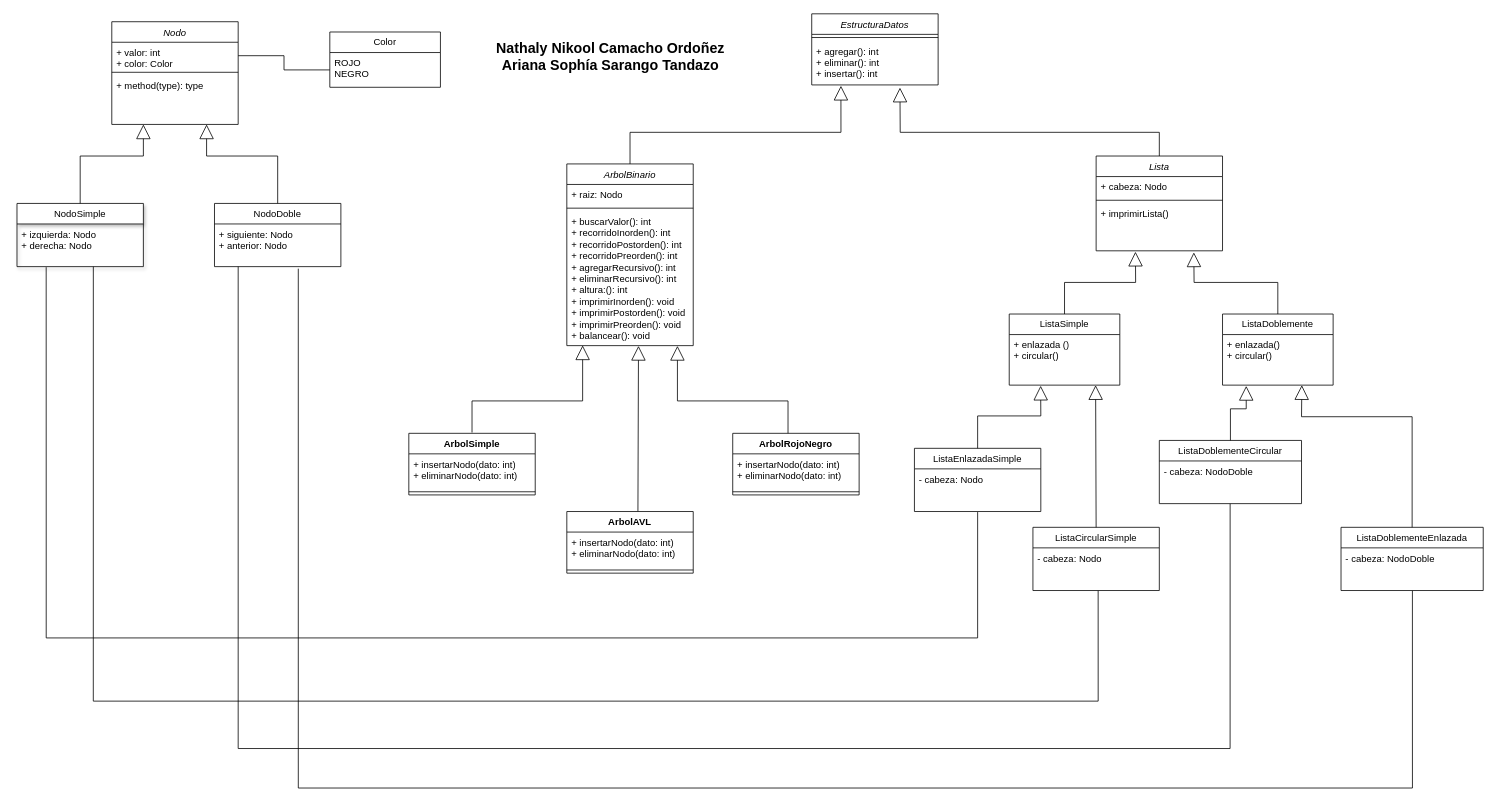
Before: ArbolBinario.drawio in ArianaSarango/ArbolBinario, a draw.io diagram. Source tidied: cells renumbered, new cells numbered last; positions are measured from the earlier drawing's top-left corner, leaving out a move shared by most shapes. Both pictures are drawn from the tidied source at 79%, with x=0, y=0 at pixel (17, 13).
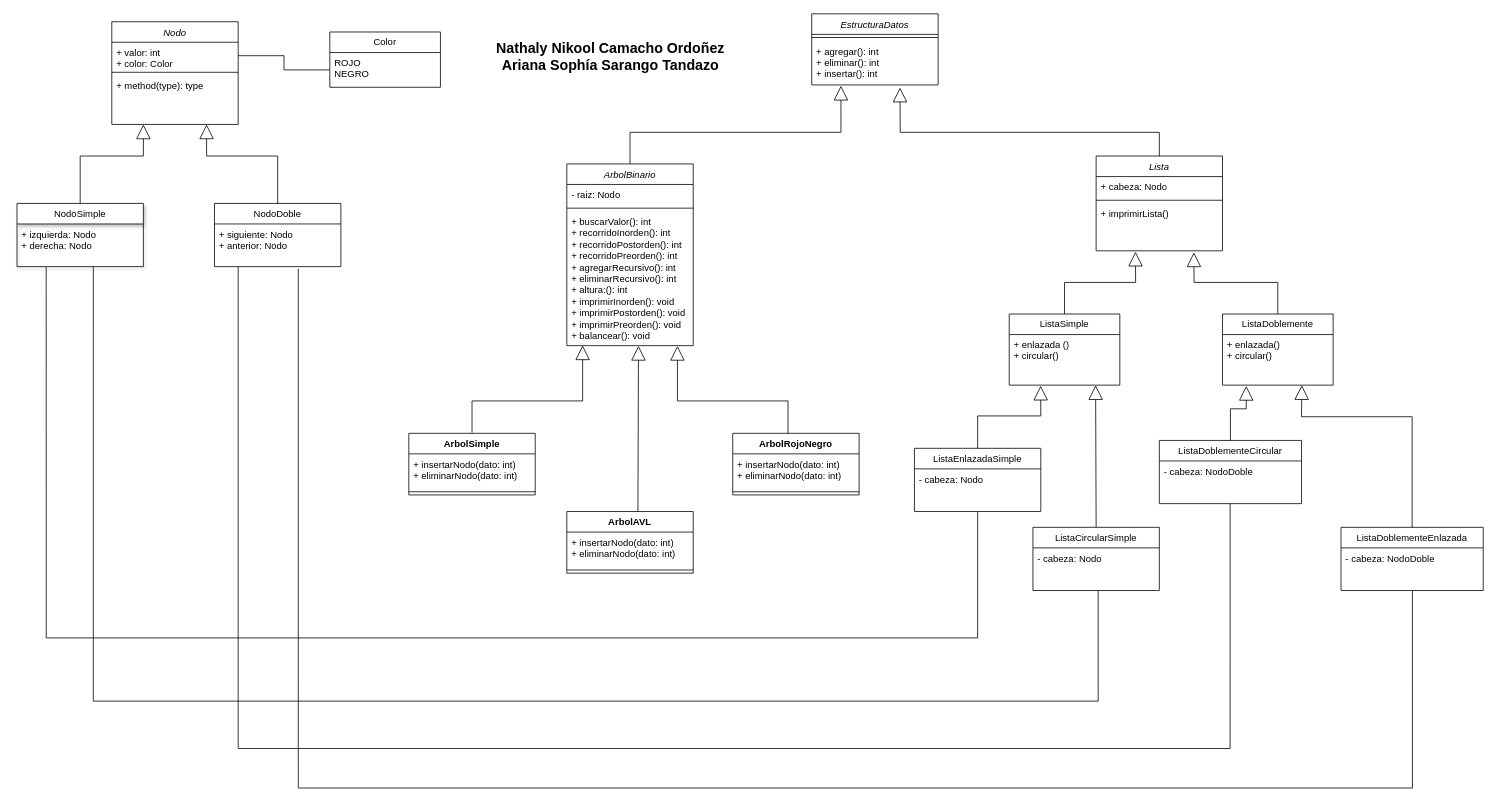
The same page after the edit.

The change refers to these unchanged cells:
```xml
<mxCell id="17" value="&lt;span style=&quot;font-weight: normal;&quot;&gt;&lt;i&gt;ArbolBinario&lt;/i&gt;&lt;/span&gt;" style="swimlane;fontStyle=1;align=center;verticalAlign=top;horizontal=1;startSize=26;whiteSpace=wrap;html=1;" parent="1" vertex="1">
  <mxGeometry x="696" y="190" width="160" height="230" as="geometry" />
</mxCell>
```

Change to the diagram source:
```diff
@@
-    <mxCell id="18" value="+ raiz: Nodo" style="text;strokeColor=none;fillColor=none;align=left;verticalAlign=top;spacingLeft=4;spacingRight=4;overflow=hidden;whiteSpace=wrap;html=1;" parent="17" vertex="1">
+    <mxCell id="18" value="- raiz: Nodo" style="text;strokeColor=none;fillColor=none;align=left;verticalAlign=top;spacingLeft=4;spacingRight=4;overflow=hidden;whiteSpace=wrap;html=1;" parent="17" vertex="1">
       <mxGeometry y="26" width="160" height="26" as="geometry" />
     </mxCell>
```
